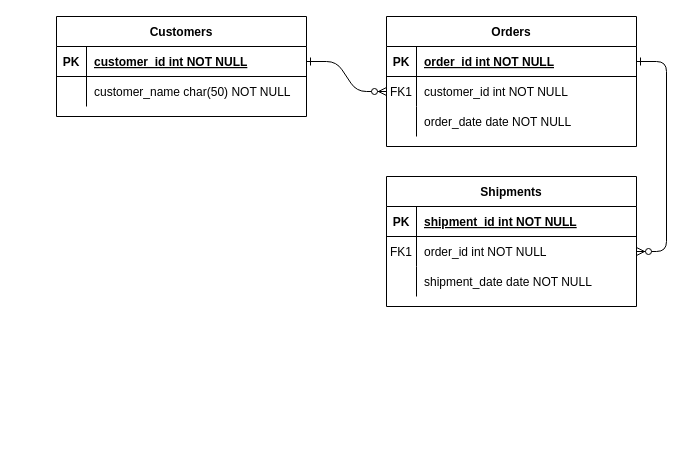
itsatothez/drawio keeps this draw.io diagram as ER2.drawio. Above is the earlier version. Source tidied: cells renumbered, new cells numbered last; positions are measured from the earlier drawing's top-left corner, leaving out a move shared by most shapes. Both pictures are drawn from the tidied source at 100%, with x=0, y=0 at pixel (56, 16).
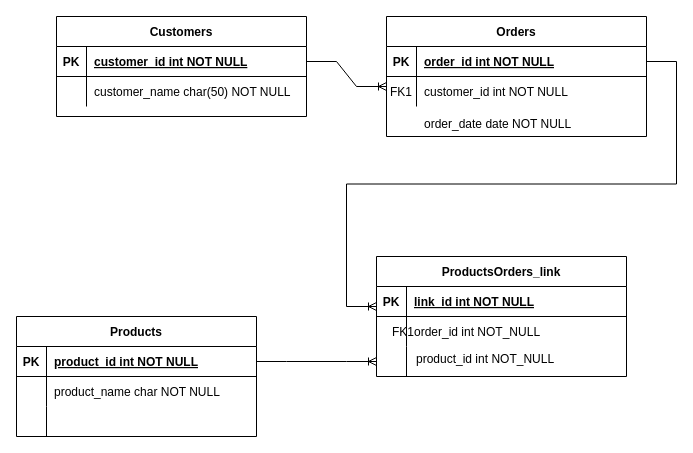
After the change.

Unchanged cells that the change refers to:
```xml
<mxCell id="25" style="shape=partialRectangle;fillColor=none;points=[[0,0.5],[1,0.5]];portConstraint=eastwest;top=0;left=0;right=0;bottom=1;" parent="24" vertex="1">
  <mxGeometry y="30" width="250" height="30" as="geometry" />
</mxCell>
```

What changed in the source:
```diff
@@
-    <mxCell id="2" style="edgeStyle=entityRelationEdgeStyle;endArrow=ERzeroToMany;startArrow=ERone;endFill=1;startFill=0;" parent="1" edge="1" source="25" target="8">
-      <mxGeometry relative="1" as="geometry" />
-    </mxCell>
-    <mxCell id="3" style="edgeStyle=entityRelationEdgeStyle;endArrow=ERzeroToMany;startArrow=ERone;endFill=1;startFill=0;" parent="1" edge="1" source="5" target="18">
-      <mxGeometry relative="1" as="geometry" />
-    </mxCell>
     <mxCell id="4" value="Orders" style="shape=table;startSize=30;childLayout=tableLayout;rowLines=0;fontStyle=1;align=center;" parent="1" vertex="1">
-      <mxGeometry x="330" width="250" height="130" as="geometry" />
+      <mxGeometry x="330" width="260" height="120" as="geometry" />
     </mxCell>
     <mxCell id="5" style="shape=partialRectangle;fillColor=none;points=[[0,0.5],[1,0.5]];portConstraint=eastwest;top=0;left=0;right=0;bottom=1;" parent="4" vertex="1">
-      <mxGeometry y="30" width="250" height="30" as="geometry" />
+      <mxGeometry y="30" width="260" height="30" as="geometry" />
     </mxCell>
@@
     <mxCell id="7" value="order_id int NOT NULL " style="shape=partialRectangle;overflow=hidden;fillColor=none;top=0;left=0;bottom=0;right=0;align=left;spacingLeft=6;fontStyle=5;" parent="5" vertex="1">
-      <mxGeometry x="30" width="220" height="30" as="geometry" />
+      <mxGeometry x="30" width="230" height="30" as="geometry" />
     </mxCell>
     <mxCell id="8" style="shape=partialRectangle;fillColor=none;points=[[0,0.5],[1,0.5]];portConstraint=eastwest;top=0;left=0;right=0;bottom=0;" parent="4" vertex="1">
-      <mxGeometry y="60" width="250" height="30" as="geometry" />
+      <mxGeometry y="60" width="260" height="30" as="geometry" />
     </mxCell>
@@
     <mxCell id="10" value="customer_id int NOT NULL" style="shape=partialRectangle;overflow=hidden;fillColor=none;top=0;left=0;bottom=0;right=0;align=left;spacingLeft=6;" parent="8" vertex="1">
-      <mxGeometry x="30" width="220" height="30" as="geometry" />
+      <mxGeometry x="30" width="230" height="30" as="geometry" />
     </mxCell>
-    <mxCell id="11" style="shape=partialRectangle;fillColor=none;points=[[0,0.5],[1,0.5]];portConstraint=eastwest;top=0;left=0;right=0;bottom=0;" parent="4" vertex="1">
-      <mxGeometry y="90" width="250" height="30" as="geometry" />
-    </mxCell>
-    <mxCell id="12" style="shape=partialRectangle;overflow=hidden;fillColor=none;top=0;left=0;bottom=0;right=0;" parent="11" vertex="1">
-      <mxGeometry width="30" height="30" as="geometry" />
-    </mxCell>
-    <mxCell id="13" value="order_date date NOT NULL" style="shape=partialRectangle;overflow=hidden;fillColor=none;top=0;left=0;bottom=0;right=0;align=left;spacingLeft=6;" parent="11" vertex="1">
-      <mxGeometry x="30" width="220" height="30" as="geometry" />
-    </mxCell>
-    <mxCell id="14" value="Shipments" style="shape=table;startSize=30;childLayout=tableLayout;rowLines=0;fontStyle=1;align=center;" parent="1" vertex="1">
-      <mxGeometry x="330" y="160" width="250" height="130" as="geometry" />
+    <mxCell id="14" value="Products" style="shape=table;startSize=30;childLayout=tableLayout;rowLines=0;fontStyle=1;align=center;" parent="1" vertex="1">
+      <mxGeometry x="-40" y="300" width="240" height="120" as="geometry" />
     </mxCell>
     <mxCell id="15" style="shape=partialRectangle;fillColor=none;points=[[0,0.5],[1,0.5]];portConstraint=eastwest;top=0;left=0;right=0;bottom=1;" parent="14" vertex="1">
-      <mxGeometry y="30" width="250" height="30" as="geometry" />
+      <mxGeometry y="30" width="240" height="30" as="geometry" />
     </mxCell>
@@
-    <mxCell id="17" value="shipment_id int NOT NULL " style="shape=partialRectangle;overflow=hidden;fillColor=none;top=0;left=0;bottom=0;right=0;align=left;spacingLeft=6;fontStyle=5;" parent="15" vertex="1">
-      <mxGeometry x="30" width="220" height="30" as="geometry" />
+    <mxCell id="17" value="product_id int NOT NULL " style="shape=partialRectangle;overflow=hidden;fillColor=none;top=0;left=0;bottom=0;right=0;align=left;spacingLeft=6;fontStyle=5;" parent="15" vertex="1">
+      <mxGeometry x="30" width="210" height="30" as="geometry" />
     </mxCell>
     <mxCell id="18" style="shape=partialRectangle;fillColor=none;points=[[0,0.5],[1,0.5]];portConstraint=eastwest;top=0;left=0;right=0;bottom=0;" parent="14" vertex="1">
-      <mxGeometry y="60" width="250" height="30" as="geometry" />
+      <mxGeometry y="60" width="240" height="30" as="geometry" />
     </mxCell>
-    <mxCell id="19" value="FK1" style="shape=partialRectangle;overflow=hidden;fillColor=none;top=0;left=0;bottom=0;right=0;" parent="18" vertex="1">
+    <mxCell id="19" style="shape=partialRectangle;overflow=hidden;fillColor=none;top=0;left=0;bottom=0;right=0;" parent="18" vertex="1">
       <mxGeometry width="30" height="30" as="geometry" />
     </mxCell>
-    <mxCell id="20" value="order_id int NOT NULL" style="shape=partialRectangle;overflow=hidden;fillColor=none;top=0;left=0;bottom=0;right=0;align=left;spacingLeft=6;" parent="18" vertex="1">
-      <mxGeometry x="30" width="220" height="30" as="geometry" />
+    <mxCell id="20" value="product_name char NOT NULL" style="shape=partialRectangle;overflow=hidden;fillColor=none;top=0;left=0;bottom=0;right=0;align=left;spacingLeft=6;" parent="18" vertex="1">
+      <mxGeometry x="30" width="210" height="30" as="geometry" />
     </mxCell>
     <mxCell id="21" style="shape=partialRectangle;fillColor=none;top=0;left=0;right=0;bottom=0;" parent="14" vertex="1">
-      <mxGeometry y="90" width="250" height="30" as="geometry" />
+      <mxGeometry y="90" width="240" height="30" as="geometry" />
     </mxCell>
@@
-    <mxCell id="23" value="shipment_date date NOT NULL" style="shape=partialRectangle;overflow=hidden;fillColor=none;top=0;left=0;bottom=0;right=0;align=left;spacingLeft=6;" parent="21" vertex="1">
-      <mxGeometry x="30" width="220" height="30" as="geometry" />
+    <mxCell id="23" style="shape=partialRectangle;overflow=hidden;fillColor=none;top=0;left=0;bottom=0;right=0;align=left;spacingLeft=6;" parent="21" vertex="1">
+      <mxGeometry x="30" width="210" height="30" as="geometry" />
     </mxCell>
@@
+    <mxCell id="13" value="order_date date NOT NULL" style="shape=partialRectangle;overflow=hidden;fillColor=none;top=0;left=0;bottom=0;right=0;align=left;spacingLeft=6;" parent="1" vertex="1">
+      <mxGeometry x="360" y="92" width="220" height="30" as="geometry" />
+    </mxCell>
+    <mxCell id="31" value="ProductsOrders_link" style="shape=table;startSize=30;childLayout=tableLayout;rowLines=0;fontStyle=1;align=center;" parent="1" vertex="1">
+      <mxGeometry x="320" y="240" width="250" height="120" as="geometry" />
+    </mxCell>
+    <mxCell id="32" style="shape=partialRectangle;fillColor=none;top=0;left=0;right=0;bottom=1;" parent="31" vertex="1">
+      <mxGeometry y="30" width="250" height="30" as="geometry" />
+    </mxCell>
+    <mxCell id="33" value="PK" style="shape=partialRectangle;overflow=hidden;fillColor=none;top=0;left=0;bottom=0;right=0;fontStyle=1;" parent="32" vertex="1">
+      <mxGeometry width="30" height="30" as="geometry" />
+    </mxCell>
+    <mxCell id="34" value="link_id int NOT NULL " style="shape=partialRectangle;overflow=hidden;fillColor=none;top=0;left=0;bottom=0;right=0;align=left;spacingLeft=6;fontStyle=5;" parent="32" vertex="1">
+      <mxGeometry x="30" width="220" height="30" as="geometry" />
+    </mxCell>
+    <mxCell id="35" style="shape=partialRectangle;fillColor=none;top=0;left=0;right=0;bottom=0;" parent="31" vertex="1">
+      <mxGeometry y="60" width="250" height="30" as="geometry" />
+    </mxCell>
+    <mxCell id="36" style="shape=partialRectangle;overflow=hidden;fillColor=none;top=0;left=0;bottom=0;right=0;" parent="35" vertex="1">
+      <mxGeometry width="30" height="30" as="geometry" />
+    </mxCell>
+    <mxCell id="37" value="order_id int NOT_NULL" style="shape=partialRectangle;overflow=hidden;fillColor=none;top=0;left=0;bottom=0;right=0;align=left;spacingLeft=6;" parent="35" vertex="1">
+      <mxGeometry x="30" width="220" height="30" as="geometry" />
+    </mxCell>
+    <mxCell id="11" style="shape=partialRectangle;fillColor=none;points=[[0,0.5],[1,0.5]];portConstraint=eastwest;top=0;left=0;right=0;bottom=0;" parent="31" vertex="1">
+      <mxGeometry y="90" width="250" height="30" as="geometry" />
+    </mxCell>
+    <mxCell id="38" style="shape=partialRectangle;overflow=hidden;fillColor=none;top=0;left=0;bottom=0;right=0;" parent="11" vertex="1">
+      <mxGeometry width="30" height="30" as="geometry" />
+    </mxCell>
+    <mxCell id="39" style="shape=partialRectangle;overflow=hidden;fillColor=none;top=0;left=0;bottom=0;right=0;align=left;spacingLeft=6;" parent="11" vertex="1">
+      <mxGeometry x="30" width="220" height="30" as="geometry" />
+    </mxCell>
+    <mxCell id="40" value="product_id int NOT_NULL" style="shape=partialRectangle;overflow=hidden;fillColor=none;top=0;left=0;bottom=0;right=0;align=left;spacingLeft=6;" parent="1" vertex="1">
+      <mxGeometry x="352" y="327" width="210" height="30" as="geometry" />
+    </mxCell>
+    <mxCell id="41" value="FK1" style="shape=partialRectangle;overflow=hidden;fillColor=none;top=0;left=0;bottom=0;right=0;" parent="1" vertex="1">
+      <mxGeometry x="332" y="300" width="30" height="30" as="geometry" />
+    </mxCell>
+    <mxCell id="42" style="edgeStyle=entityRelationEdgeStyle;fontSize=12;html=1;endArrow=ERoneToMany;rounded=0;exitX=1;exitY=0.5;exitDx=0;exitDy=0;" parent="1" edge="1" source="25">
+      <mxGeometry relative="1" as="geometry">
+        <mxPoint x="330" y="70" as="targetPoint" />
+      </mxGeometry>
+    </mxCell>
+    <mxCell id="43" style="edgeStyle=entityRelationEdgeStyle;fontSize=12;html=1;endArrow=ERoneToMany;rounded=0;exitX=1;exitY=0.5;exitDx=0;exitDy=0;entryX=0;entryY=0.5;entryDx=0;entryDy=0;" parent="1" edge="1" source="15" target="11">
+      <mxGeometry relative="1" as="geometry" />
+    </mxCell>
+    <mxCell id="44" style="edgeStyle=entityRelationEdgeStyle;fontSize=12;html=1;endArrow=ERoneToMany;rounded=0;exitX=1;exitY=0.5;exitDx=0;exitDy=0;" parent="1" edge="1" source="5">
+      <mxGeometry relative="1" as="geometry">
+        <mxPoint x="320" y="290" as="targetPoint" />
+      </mxGeometry>
+    </mxCell>
```
